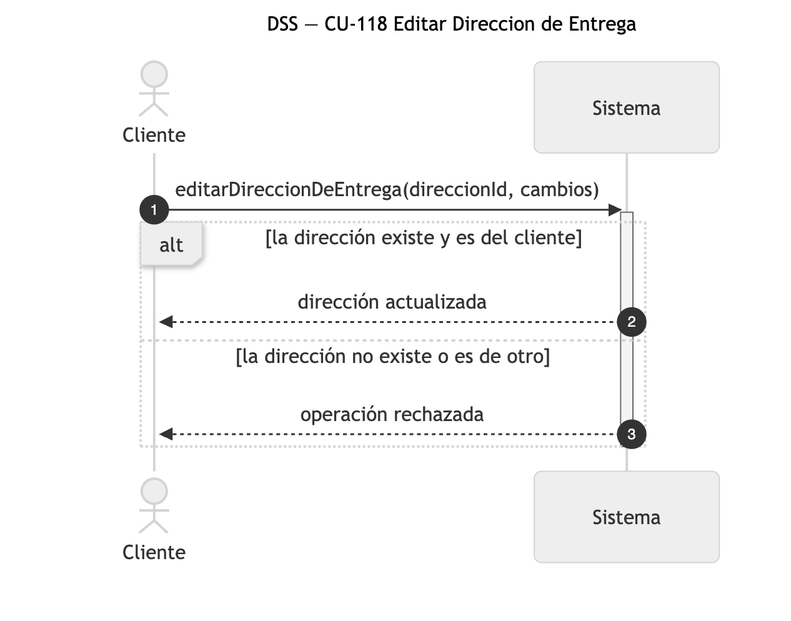
Above: diagramas/png/DSS_CU-118_Editar-Direccion-de-Entrega.png in Nahuelito-Dev/splg-docs (Mermaid), before the change. Its source is kept beside it as diagramas/DSS_CU-118_Editar-Direccion-de-Entrega.mmd.
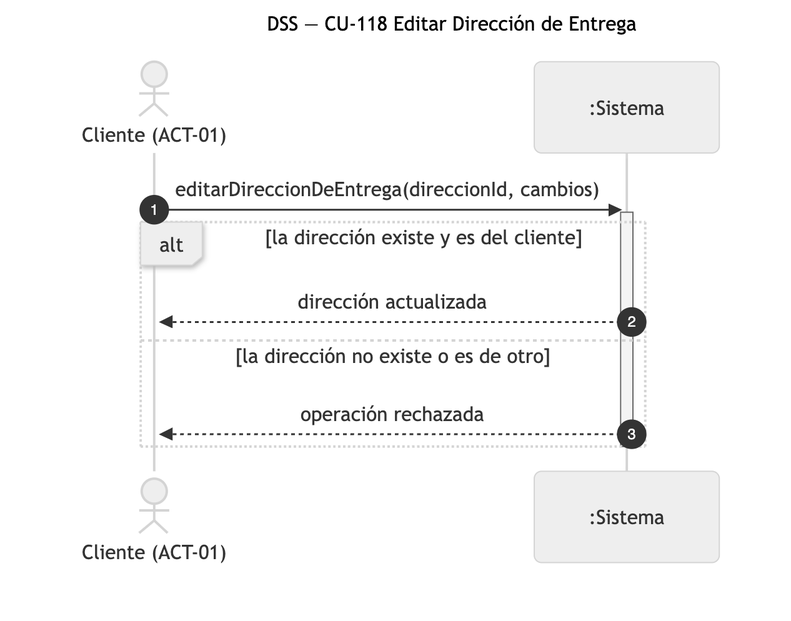
After the change.

Change to the diagram source:
```diff
@@ -1,8 +1,8 @@
 sequenceDiagram
-    title DSS — CU-118 Editar Direccion de Entrega
+    title DSS — CU-118 Editar Dirección de Entrega
     autonumber
-    actor CLI as Cliente
-    participant SIS as Sistema
+    actor CLI as Cliente (ACT-01)
+    participant SIS as :Sistema
 
     CLI->>SIS: editarDireccionDeEntrega(direccionId, cambios)
     activate SIS
```
